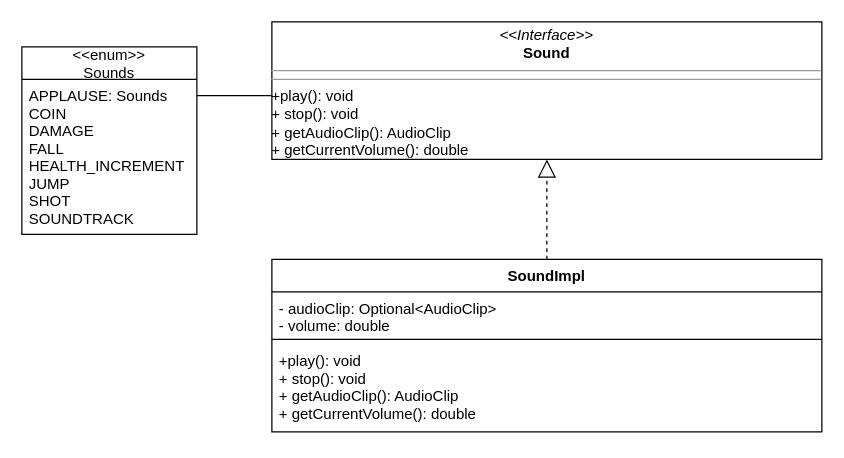
The draw.io diagram Documentation/relazione/img/Sounds.drawio in Pensilina14/bullet-ballet, before the edit. Source tidied: cells renumbered, new cells numbered last; positions are measured from the earlier drawing's top-left corner, leaving out a move shared by most shapes. Both pictures are drawn from the tidied source at 125%, with x=0, y=0 at pixel (21, 21).
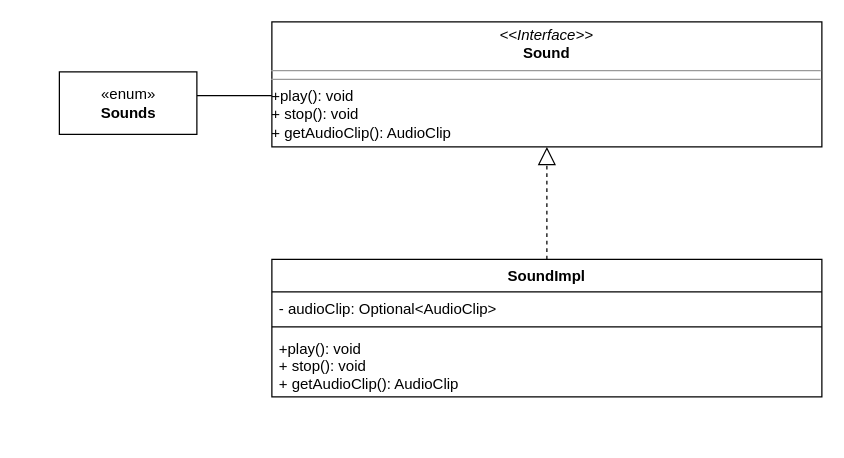
After the change.

Diff of the diagram source:
```diff
@@
 <mxGraphModel>
   <root>
     <mxCell id="0" />
     <mxCell id="1" parent="0" />
     <mxCell id="2" value="SoundImpl" style="swimlane;fontStyle=1;align=center;verticalAlign=top;horizontal=1;startSize=26;" parent="1" vertex="1">
-      <mxGeometry x="200" y="190" width="440" height="138" as="geometry" />
+      <mxGeometry x="200" y="190" width="440" height="110" as="geometry" />
     </mxCell>
-    <mxCell id="3" value="- audioClip: Optional&lt;AudioClip&gt;&#10;- volume: double" style="text;strokeColor=none;fillColor=none;align=left;verticalAlign=top;spacingLeft=4;spacingRight=4;overflow=hidden;" parent="2" vertex="1">
-      <mxGeometry y="26" width="440" height="34" as="geometry" />
+    <mxCell id="3" value="- audioClip: Optional&lt;AudioClip&gt;" style="text;strokeColor=none;fillColor=none;align=left;verticalAlign=top;spacingLeft=4;spacingRight=4;overflow=hidden;" parent="2" vertex="1">
+      <mxGeometry y="26" width="440" height="24" as="geometry" />
     </mxCell>
     <mxCell id="4" style="line;strokeWidth=1;fillColor=none;align=left;verticalAlign=middle;spacingTop=-1;spacingLeft=3;spacingRight=3;labelPosition=right;" parent="2" vertex="1">
-      <mxGeometry y="60" width="440" height="8" as="geometry" />
+      <mxGeometry y="50" width="440" height="8" as="geometry" />
     </mxCell>
-    <mxCell id="5" value="+play(): void&#10;+ stop(): void&#10;+ getAudioClip(): AudioClip&#10;+ getCurrentVolume(): double " style="text;strokeColor=none;fillColor=none;align=left;verticalAlign=top;spacingLeft=4;spacingRight=4;overflow=hidden;" parent="2" vertex="1">
-      <mxGeometry y="68" width="440" height="70" as="geometry" />
+    <mxCell id="5" value="+play(): void&#10;+ stop(): void&#10;+ getAudioClip(): AudioClip" style="text;strokeColor=none;fillColor=none;align=left;verticalAlign=top;spacingLeft=4;spacingRight=4;overflow=hidden;" parent="2" vertex="1">
+      <mxGeometry y="58" width="440" height="52" as="geometry" />
     </mxCell>
-    <mxCell id="6" value="&lt;p style=&quot;margin: 0px ; margin-top: 4px ; text-align: center&quot;&gt;&lt;i&gt;&amp;lt;&amp;lt;Interface&amp;gt;&amp;gt;&lt;/i&gt;&lt;br&gt;&lt;b&gt;Sound&lt;/b&gt;&lt;/p&gt;&lt;hr size=&quot;1&quot;&gt;&lt;hr size=&quot;1&quot;&gt;+play(): void&lt;br&gt;+ stop(): void&lt;br&gt;+ getAudioClip(): AudioClip&lt;br&gt;+ getCurrentVolume(): double&amp;nbsp;&lt;br&gt;&lt;p style=&quot;margin: 0px ; margin-left: 4px&quot;&gt;&lt;/p&gt;" style="verticalAlign=top;align=left;overflow=fill;fontSize=12;fontFamily=Helvetica;html=1;" parent="1" vertex="1">
-      <mxGeometry x="200" width="440" height="110" as="geometry" />
+    <mxCell id="6" value="&lt;p style=&quot;margin: 0px ; margin-top: 4px ; text-align: center&quot;&gt;&lt;i&gt;&amp;lt;&amp;lt;Interface&amp;gt;&amp;gt;&lt;/i&gt;&lt;br&gt;&lt;b&gt;Sound&lt;/b&gt;&lt;/p&gt;&lt;hr size=&quot;1&quot;&gt;&lt;hr size=&quot;1&quot;&gt;+play(): void&lt;br&gt;+ stop(): void&lt;br&gt;+ getAudioClip(): AudioClip&lt;br&gt;&lt;p style=&quot;margin: 0px ; margin-left: 4px&quot;&gt;&lt;/p&gt;" style="verticalAlign=top;align=left;overflow=fill;fontSize=12;fontFamily=Helvetica;html=1;" parent="1" vertex="1">
+      <mxGeometry x="200" width="440" height="100" as="geometry" />
     </mxCell>
     <mxCell id="7" style="endArrow=block;dashed=1;endFill=0;endSize=12;html=1;rounded=0;entryX=0.5;entryY=1;entryDx=0;entryDy=0;exitX=0.5;exitY=0;exitDx=0;exitDy=0;" parent="1" edge="1" source="2" target="6">
       <mxGeometry relative="1" as="geometry" />
     </mxCell>
-    <mxCell id="8" value="&lt;&lt;enum&gt;&gt;&#10;Sounds" style="swimlane;fontStyle=0;horizontal=1;startSize=26;fillColor=none;" parent="1" vertex="1">
-      <mxGeometry y="20" width="140" height="150" as="geometry" />
-    </mxCell>
-    <mxCell id="9" value="APPLAUSE: Sounds&#10;COIN&#10;DAMAGE&#10;FALL&#10;HEALTH_INCREMENT&#10;JUMP&#10;SHOT&#10;SOUNDTRACK" style="text;strokeColor=none;fillColor=none;align=left;verticalAlign=top;spacingLeft=4;spacingRight=4;overflow=hidden;" parent="8" vertex="1">
-      <mxGeometry y="26" width="140" height="124" as="geometry" />
-    </mxCell>
     <mxCell id="10" style="endArrow=none;html=1;rounded=0;exitX=1;exitY=0.5;exitDx=0;exitDy=0;" parent="1" edge="1">
       <mxGeometry relative="1" as="geometry">
         <mxPoint x="140" y="59" as="sourcePoint" />
         <mxPoint x="200" y="59" as="targetPoint" />
       </mxGeometry>
     </mxCell>
+    <mxCell id="11" value="«enum»&lt;br&gt;&lt;b&gt;Sounds&lt;/b&gt;" style="html=1;" parent="1" vertex="1">
+      <mxGeometry x="30" y="40" width="110" height="50" as="geometry" />
+    </mxCell>
   </root>
 </mxGraphModel>
```
